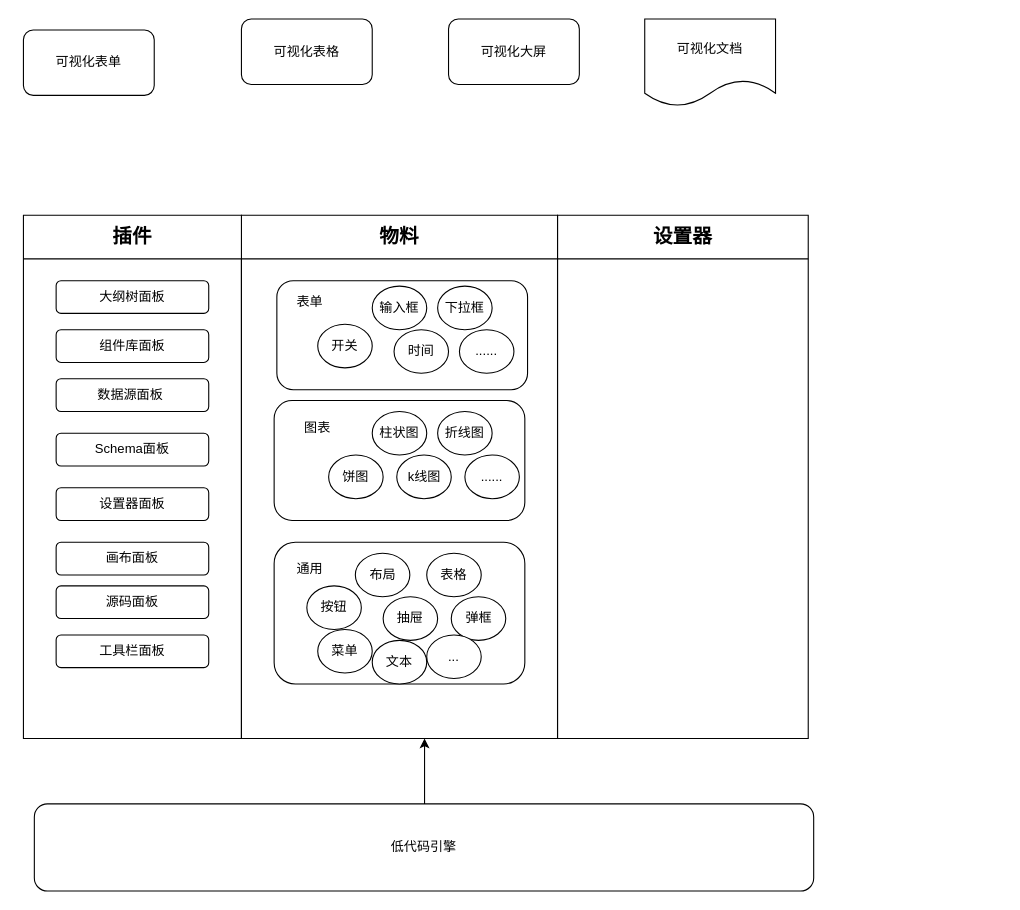
The draw.io diagram 可视化架构图.drawio in tangyaosimida/love, before the edit. Source tidied: cells renumbered, new cells numbered last; positions are measured from the earlier drawing's top-left corner, leaving out a move shared by most shapes. Both pictures are drawn from the tidied source at 109%, with x=0, y=0 at pixel (23, 19). Pictures stored in the file or linked from it are replaced by grey dashed boxes.
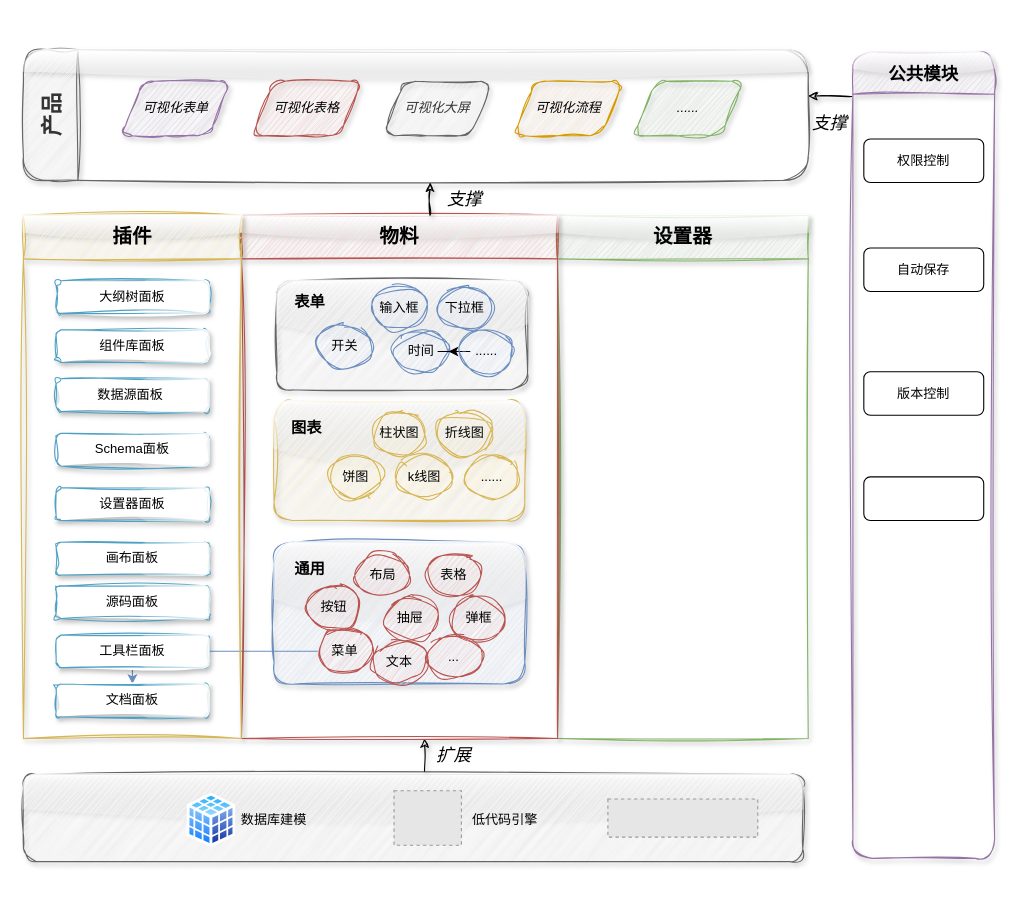
The same diagram, later.

Commit message (it also covers changes not shown here):
更新可视化架构图.drawio

The edit, as a diff of the source:
```diff
@@
-    <mxCell id="2" value="低代码引擎" style="rounded=1;whiteSpace=wrap;html=1;" parent="1" vertex="1">
-      <mxGeometry x="10" y="720" width="715" height="80" as="geometry" />
+    <mxCell id="2" style="rounded=1;whiteSpace=wrap;html=1;sketch=1;curveFitting=1;jiggle=2;shadow=1;glass=1;fillColor=#f5f5f5;fontColor=#333333;strokeColor=#666666;" parent="1" vertex="1">
+      <mxGeometry y="693" width="715" height="80" as="geometry" />
     </mxCell>
-    <mxCell id="3" value="可视化表单" style="rounded=1;whiteSpace=wrap;html=1;" parent="1" vertex="1">
-      <mxGeometry y="10" width="120" height="60" as="geometry" />
-    </mxCell>
-    <mxCell id="4" value="可视化表格" style="rounded=1;whiteSpace=wrap;html=1;" parent="1" vertex="1">
-      <mxGeometry x="200" width="120" height="60" as="geometry" />
-    </mxCell>
-    <mxCell id="5" value="可视化大屏" style="rounded=1;whiteSpace=wrap;html=1;" parent="1" vertex="1">
-      <mxGeometry x="390" width="120" height="60" as="geometry" />
-    </mxCell>
-    <mxCell id="6" value="可视化文档" style="shape=document;whiteSpace=wrap;html=1;boundedLbl=1;" parent="1" vertex="1">
-      <mxGeometry x="570" width="120" height="80" as="geometry" />
-    </mxCell>
-    <mxCell id="7" style="rounded=1;whiteSpace=wrap;html=1;" parent="1" vertex="1">
+    <mxCell id="7" style="rounded=1;whiteSpace=wrap;html=1;shadow=1;sketch=1;curveFitting=1;jiggle=2;glass=1;fillColor=#f5f5f5;strokeColor=#666666;fontColor=#333333;" parent="1" vertex="1">
       <mxGeometry x="232.5" y="240" width="230" height="100" as="geometry" />
     </mxCell>
-    <mxCell id="8" style="rounded=1;whiteSpace=wrap;html=1;" parent="1" vertex="1">
+    <mxCell id="8" style="rounded=1;whiteSpace=wrap;html=1;shadow=1;sketch=1;curveFitting=1;jiggle=2;glass=1;fillColor=#fff2cc;strokeColor=#d6b656;" parent="1" vertex="1">
       <mxGeometry x="230" y="350" width="230" height="110" as="geometry" />
     </mxCell>
-    <mxCell id="9" style="rounded=1;whiteSpace=wrap;html=1;" parent="1" vertex="1">
+    <mxCell id="9" style="rounded=1;whiteSpace=wrap;html=1;shadow=1;sketch=1;curveFitting=1;jiggle=2;glass=1;fillColor=#dae8fc;strokeColor=#6c8ebf;" parent="1" vertex="1">
       <mxGeometry x="230" y="480" width="230" height="130" as="geometry" />
     </mxCell>
-    <mxCell id="10" value="表单" style="text;html=1;strokeColor=none;fillColor=none;align=center;verticalAlign=middle;whiteSpace=wrap;rounded=0;" parent="1" vertex="1">
+    <mxCell id="10" value="表单" style="text;html=1;strokeColor=none;fillColor=none;align=center;verticalAlign=middle;whiteSpace=wrap;rounded=0;shadow=1;sketch=1;curveFitting=1;jiggle=2;fontStyle=1;fontSize=14;" parent="1" vertex="1">
       <mxGeometry x="232.5" y="245" width="60" height="30" as="geometry" />
     </mxCell>
-    <mxCell id="11" value="图表" style="text;html=1;strokeColor=none;fillColor=none;align=center;verticalAlign=middle;whiteSpace=wrap;rounded=0;" parent="1" vertex="1">
-      <mxGeometry x="240" y="360" width="60" height="30" as="geometry" />
-    </mxCell>
-    <mxCell id="12" value="柱状图" style="ellipse;whiteSpace=wrap;html=1;" parent="1" vertex="1">
+    <mxCell id="12" value="柱状图" style="ellipse;whiteSpace=wrap;html=1;shadow=0;sketch=1;curveFitting=1;jiggle=2;fillColor=#fff2cc;strokeColor=#d6b656;" parent="1" vertex="1">
       <mxGeometry x="320" y="360" width="50" height="40" as="geometry" />
     </mxCell>
-    <mxCell id="13" value="折线图" style="ellipse;whiteSpace=wrap;html=1;" parent="1" vertex="1">
+    <mxCell id="13" value="折线图" style="ellipse;whiteSpace=wrap;html=1;shadow=0;sketch=1;curveFitting=1;jiggle=2;fillColor=#fff2cc;strokeColor=#d6b656;" parent="1" vertex="1">
       <mxGeometry x="380" y="360" width="50" height="40" as="geometry" />
     </mxCell>
-    <mxCell id="14" value="饼图" style="ellipse;whiteSpace=wrap;html=1;direction=west;" parent="1" vertex="1">
+    <mxCell id="14" value="饼图" style="ellipse;whiteSpace=wrap;html=1;direction=west;shadow=0;sketch=1;curveFitting=1;jiggle=2;fillColor=#fff2cc;strokeColor=#d6b656;" parent="1" vertex="1">
       <mxGeometry x="280" y="400" width="50" height="40" as="geometry" />
     </mxCell>
-    <mxCell id="15" value="k线图" style="ellipse;whiteSpace=wrap;html=1;" parent="1" vertex="1">
+    <mxCell id="15" value="k线图" style="ellipse;whiteSpace=wrap;html=1;shadow=0;sketch=1;curveFitting=1;jiggle=2;fillColor=#fff2cc;strokeColor=#d6b656;" parent="1" vertex="1">
       <mxGeometry x="342.5" y="400" width="50" height="40" as="geometry" />
     </mxCell>
-    <mxCell id="16" value="......" style="ellipse;whiteSpace=wrap;html=1;" parent="1" vertex="1">
+    <mxCell id="16" value="......" style="ellipse;whiteSpace=wrap;html=1;shadow=0;sketch=1;curveFitting=1;jiggle=2;fillColor=#fff2cc;strokeColor=#d6b656;" parent="1" vertex="1">
       <mxGeometry x="405" y="400" width="50" height="40" as="geometry" />
     </mxCell>
-    <mxCell id="17" value="输入框" style="ellipse;whiteSpace=wrap;html=1;" parent="1" vertex="1">
+    <mxCell id="17" value="输入框" style="ellipse;whiteSpace=wrap;html=1;shadow=0;sketch=1;curveFitting=1;jiggle=2;fillColor=#dae8fc;strokeColor=#6c8ebf;" parent="1" vertex="1">
       <mxGeometry x="320" y="245" width="50" height="40" as="geometry" />
     </mxCell>
-    <mxCell id="18" value="下拉框" style="ellipse;whiteSpace=wrap;html=1;" parent="1" vertex="1">
+    <mxCell id="18" value="下拉框" style="ellipse;whiteSpace=wrap;html=1;shadow=0;sketch=1;curveFitting=1;jiggle=2;fillColor=#dae8fc;strokeColor=#6c8ebf;" parent="1" vertex="1">
       <mxGeometry x="380" y="245" width="50" height="40" as="geometry" />
     </mxCell>
-    <mxCell id="19" value="开关" style="ellipse;whiteSpace=wrap;html=1;" parent="1" vertex="1">
+    <mxCell id="19" value="开关" style="ellipse;whiteSpace=wrap;html=1;shadow=0;sketch=1;curveFitting=1;jiggle=2;fillColor=#dae8fc;strokeColor=#6c8ebf;" parent="1" vertex="1">
       <mxGeometry x="270" y="280" width="50" height="40" as="geometry" />
     </mxCell>
-    <mxCell id="20" value="时间" style="ellipse;whiteSpace=wrap;html=1;" parent="1" vertex="1">
+    <mxCell id="20" value="时间" style="ellipse;whiteSpace=wrap;html=1;shadow=0;sketch=1;curveFitting=1;jiggle=2;fillColor=#dae8fc;strokeColor=#6c8ebf;" parent="1" vertex="1">
       <mxGeometry x="340" y="285" width="50" height="40" as="geometry" />
     </mxCell>
+    <mxCell id="43" style="edgeStyle=orthogonalEdgeStyle;rounded=0;jettySize=auto;html=1;" parent="1" edge="1" source="21" target="20">
+      <mxGeometry relative="1" as="geometry" />
+    </mxCell>
-    <mxCell id="21" value="......" style="ellipse;whiteSpace=wrap;html=1;" parent="1" vertex="1">
+    <mxCell id="21" value="......" style="ellipse;whiteSpace=wrap;html=1;shadow=0;sketch=1;curveFitting=1;jiggle=2;fillColor=#dae8fc;strokeColor=#6c8ebf;" parent="1" vertex="1">
       <mxGeometry x="400" y="285" width="50" height="40" as="geometry" />
     </mxCell>
-    <mxCell id="22" value="表格" style="ellipse;whiteSpace=wrap;html=1;" parent="1" vertex="1">
+    <mxCell id="22" value="表格" style="ellipse;whiteSpace=wrap;html=1;shadow=0;sketch=1;curveFitting=1;jiggle=2;fillColor=#f8cecc;strokeColor=#b85450;" parent="1" vertex="1">
       <mxGeometry x="370" y="490" width="50" height="40" as="geometry" />
     </mxCell>
-    <mxCell id="23" value="按钮" style="ellipse;whiteSpace=wrap;html=1;" parent="1" vertex="1">
+    <mxCell id="23" value="按钮" style="ellipse;whiteSpace=wrap;html=1;shadow=0;sketch=1;curveFitting=1;jiggle=2;fillColor=#f8cecc;strokeColor=#b85450;" parent="1" vertex="1">
       <mxGeometry x="260" y="520" width="50" height="40" as="geometry" />
     </mxCell>
-    <mxCell id="24" value="抽屉" style="ellipse;whiteSpace=wrap;html=1;" parent="1" vertex="1">
+    <mxCell id="24" value="抽屉" style="ellipse;whiteSpace=wrap;html=1;shadow=0;sketch=1;curveFitting=1;jiggle=2;fillColor=#f8cecc;strokeColor=#b85450;" parent="1" vertex="1">
       <mxGeometry x="330" y="530" width="50" height="40" as="geometry" />
     </mxCell>
-    <mxCell id="25" value="弹框" style="ellipse;whiteSpace=wrap;html=1;" parent="1" vertex="1">
+    <mxCell id="25" value="弹框" style="ellipse;whiteSpace=wrap;html=1;shadow=0;sketch=1;curveFitting=1;jiggle=2;fillColor=#f8cecc;strokeColor=#b85450;" parent="1" vertex="1">
       <mxGeometry x="392.5" y="530" width="50" height="40" as="geometry" />
     </mxCell>
+    <mxCell id="44" style="edgeStyle=orthogonalEdgeStyle;rounded=0;jettySize=auto;html=1;fillColor=#dae8fc;strokeColor=#6c8ebf;" parent="1" edge="1" source="26" target="45">
+      <mxGeometry relative="1" as="geometry" />
+    </mxCell>
-    <mxCell id="26" value="菜单" style="ellipse;whiteSpace=wrap;html=1;" parent="1" vertex="1">
+    <mxCell id="26" value="菜单" style="ellipse;whiteSpace=wrap;html=1;shadow=0;sketch=1;curveFitting=1;jiggle=2;fillColor=#f8cecc;strokeColor=#b85450;" parent="1" vertex="1">
       <mxGeometry x="270" y="560" width="50" height="40" as="geometry" />
     </mxCell>
-    <mxCell id="27" value="文本" style="ellipse;whiteSpace=wrap;html=1;" parent="1" vertex="1">
+    <mxCell id="27" value="文本" style="ellipse;whiteSpace=wrap;html=1;shadow=0;sketch=1;curveFitting=1;jiggle=2;fillColor=#f8cecc;strokeColor=#b85450;" parent="1" vertex="1">
       <mxGeometry x="320" y="570" width="50" height="40" as="geometry" />
     </mxCell>
-    <mxCell id="28" value="通用" style="text;html=1;strokeColor=none;fillColor=none;align=center;verticalAlign=middle;whiteSpace=wrap;rounded=0;" parent="1" vertex="1">
+    <mxCell id="28" value="通用" style="text;html=1;strokeColor=none;fillColor=none;align=center;verticalAlign=middle;whiteSpace=wrap;rounded=0;shadow=1;sketch=1;curveFitting=1;jiggle=2;fontStyle=1;fontSize=14;" parent="1" vertex="1">
       <mxGeometry x="232.5" y="490" width="60" height="30" as="geometry" />
     </mxCell>
-    <mxCell id="29" value="布局" style="ellipse;whiteSpace=wrap;html=1;" parent="1" vertex="1">
+    <mxCell id="29" value="布局" style="ellipse;whiteSpace=wrap;html=1;shadow=0;sketch=1;curveFitting=1;jiggle=2;fillColor=#f8cecc;strokeColor=#b85450;" parent="1" vertex="1">
       <mxGeometry x="304.5" y="490" width="50" height="40" as="geometry" />
     </mxCell>
-    <mxCell id="30" value="大纲树面板" style="rounded=1;whiteSpace=wrap;html=1;direction=south;" parent="1" vertex="1">
+    <mxCell id="30" value="大纲树面板" style="rounded=1;whiteSpace=wrap;html=1;direction=south;sketch=1;curveFitting=1;jiggle=2;shadow=1;glass=1;strokeColor=#4fa1c4;" parent="1" vertex="1">
       <mxGeometry x="30" y="240" width="140" height="30" as="geometry" />
     </mxCell>
-    <mxCell id="31" value="组件库面板" style="rounded=1;whiteSpace=wrap;html=1;direction=south;" parent="1" vertex="1">
+    <mxCell id="31" value="组件库面板" style="rounded=1;whiteSpace=wrap;html=1;direction=south;sketch=1;curveFitting=1;jiggle=2;shadow=1;glass=1;strokeColor=#4fa1c4;" parent="1" vertex="1">
       <mxGeometry x="30" y="285" width="140" height="30" as="geometry" />
     </mxCell>
-    <mxCell id="32" value="数据源面板&amp;nbsp;" style="rounded=1;whiteSpace=wrap;html=1;direction=south;" parent="1" vertex="1">
+    <mxCell id="32" value="数据源面板&amp;nbsp;" style="rounded=1;whiteSpace=wrap;html=1;direction=south;sketch=1;curveFitting=1;jiggle=2;shadow=1;glass=1;strokeColor=#4fa1c4;" parent="1" vertex="1">
       <mxGeometry x="30" y="330" width="140" height="30" as="geometry" />
     </mxCell>
-    <mxCell id="33" value="Schema面板" style="rounded=1;whiteSpace=wrap;html=1;direction=south;" parent="1" vertex="1">
+    <mxCell id="33" value="Schema面板" style="rounded=1;whiteSpace=wrap;html=1;direction=south;sketch=1;curveFitting=1;jiggle=2;shadow=1;glass=1;strokeColor=#4fa1c4;" parent="1" vertex="1">
       <mxGeometry x="30" y="380" width="140" height="30" as="geometry" />
     </mxCell>
-    <mxCell id="34" value="设置器面板" style="rounded=1;whiteSpace=wrap;html=1;direction=south;" parent="1" vertex="1">
+    <mxCell id="34" value="设置器面板" style="rounded=1;whiteSpace=wrap;html=1;direction=south;sketch=1;curveFitting=1;jiggle=2;shadow=1;glass=1;strokeColor=#4fa1c4;" parent="1" vertex="1">
       <mxGeometry x="30" y="430" width="140" height="30" as="geometry" />
     </mxCell>
-    <mxCell id="35" value="画布面板" style="rounded=1;whiteSpace=wrap;html=1;direction=south;" parent="1" vertex="1">
+    <mxCell id="35" value="画布面板" style="rounded=1;whiteSpace=wrap;html=1;direction=south;sketch=1;curveFitting=1;jiggle=2;shadow=1;glass=1;strokeColor=#4fa1c4;" parent="1" vertex="1">
       <mxGeometry x="30" y="480" width="140" height="30" as="geometry" />
     </mxCell>
-    <mxCell id="36" value="工具栏面板" style="rounded=1;whiteSpace=wrap;html=1;direction=south;" parent="1" vertex="1">
+    <mxCell id="36" value="工具栏面板" style="rounded=1;whiteSpace=wrap;html=1;direction=south;sketch=1;curveFitting=1;jiggle=2;shadow=1;glass=1;strokeColor=#4fa1c4;" parent="1" vertex="1">
       <mxGeometry x="30" y="565" width="140" height="30" as="geometry" />
     </mxCell>
-    <mxCell id="37" value="源码面板" style="rounded=1;whiteSpace=wrap;html=1;direction=south;" parent="1" vertex="1">
+    <mxCell id="37" value="源码面板" style="rounded=1;whiteSpace=wrap;html=1;direction=south;sketch=1;curveFitting=1;jiggle=2;shadow=1;glass=1;strokeColor=#4fa1c4;" parent="1" vertex="1">
       <mxGeometry x="30" y="520" width="140" height="30" as="geometry" />
     </mxCell>
-    <mxCell id="38" value="..." style="ellipse;whiteSpace=wrap;html=1;" parent="1" vertex="1">
+    <mxCell id="38" value="..." style="ellipse;whiteSpace=wrap;html=1;shadow=0;sketch=1;curveFitting=1;jiggle=2;fillColor=#f8cecc;strokeColor=#b85450;" parent="1" vertex="1">
       <mxGeometry x="370" y="565" width="50" height="40" as="geometry" />
     </mxCell>
-    <mxCell id="39" style="endArrow=classic;html=1;rounded=0;" parent="1" edge="1">
+    <mxCell id="39" style="endArrow=classic;html=1;rounded=0;sketch=1;curveFitting=1;jiggle=2;shadow=1;" parent="1" edge="1">
       <mxGeometry relative="1" as="geometry">
-        <mxPoint x="368" y="720" as="sourcePoint" />
+        <mxPoint x="368" y="690" as="sourcePoint" />
         <mxPoint x="368" y="660" as="targetPoint" />
       </mxGeometry>
     </mxCell>
-    <mxCell id="40" value="设置器" style="swimlane;whiteSpace=wrap;html=1;startSize=40;fontSize=18;" parent="1" vertex="1">
+    <mxCell id="40" value="设置器" style="swimlane;whiteSpace=wrap;html=1;startSize=40;fontSize=18;rounded=0;sketch=1;curveFitting=1;jiggle=2;shadow=1;glass=1;fillColor=#d5e8d4;strokeColor=#82b366;" parent="1" vertex="1">
       <mxGeometry x="490" y="180" width="230" height="480" as="geometry" />
     </mxCell>
-    <mxCell id="41" value="物料" style="swimlane;whiteSpace=wrap;html=1;startSize=40;fontSize=18;" parent="1" vertex="1">
+    <mxCell id="41" value="物料" style="swimlane;whiteSpace=wrap;html=1;startSize=40;fontSize=18;sketch=1;curveFitting=1;jiggle=2;shadow=1;glass=1;fillColor=#f8cecc;strokeColor=#b85450;" parent="1" vertex="1">
       <mxGeometry x="200" y="180" width="290" height="480" as="geometry" />
     </mxCell>
+    <mxCell id="11" value="图表" style="text;html=1;strokeColor=none;fillColor=none;align=center;verticalAlign=middle;whiteSpace=wrap;rounded=0;shadow=1;sketch=1;curveFitting=1;jiggle=2;fontStyle=1;fontSize=14;" parent="41" vertex="1">
+      <mxGeometry x="30" y="180" width="60" height="30" as="geometry" />
+    </mxCell>
-    <mxCell id="42" value="插件" style="swimlane;whiteSpace=wrap;html=1;startSize=40;fontSize=18;" parent="1" vertex="1">
+    <mxCell id="42" value="插件" style="swimlane;whiteSpace=wrap;html=1;startSize=40;fontSize=18;sketch=1;curveFitting=1;jiggle=2;shadow=1;glass=1;swimlaneLine=1;fillColor=#fff2cc;strokeColor=#d6b656;" parent="1" vertex="1">
       <mxGeometry y="180" width="200" height="480" as="geometry" />
     </mxCell>
+    <mxCell id="45" value="文档面板" style="rounded=1;whiteSpace=wrap;html=1;direction=south;sketch=1;curveFitting=1;jiggle=2;shadow=1;glass=1;strokeColor=#4fa1c4;" parent="42" vertex="1">
+      <mxGeometry x="30" y="430" width="140" height="30" as="geometry" />
+    </mxCell>
+    <mxCell id="46" style="image;perimeter=ellipsePerimeter;html=1;align=center;shadow=0;dashed=0;spacingTop=3;image=img/lib/active_directory/database_cube.svg;" parent="1" vertex="1">
+      <mxGeometry x="150" y="710" width="45" height="50" as="geometry" />
+    </mxCell>
+    <mxCell id="47" style="fillColor=#E6E6E6;strokeColor=#999999;dashed=1;html=1;verticalAlign=top;labelPosition=center;verticalLabelPosition=bottom;align=center;spacingTop=-6;fontSize=11;fontStyle=1;fontColor=#999999;" parent="1" vertex="1">
+      <mxGeometry x="340" y="708" width="61.8" height="50" as="geometry" />
+    </mxCell>
+    <mxCell id="48" style="fillColor=#E6E6E6;strokeColor=#999999;dashed=1;verticalLabelPosition=bottom;labelBackgroundColor=default;verticalAlign=top;" parent="1" vertex="1">
+      <mxGeometry x="536.2" y="715.5" width="137.5" height="35" as="geometry" />
+    </mxCell>
+    <mxCell id="49" value="低代码引擎" style="text;html=1;strokeColor=none;fillColor=none;align=center;verticalAlign=middle;whiteSpace=wrap;rounded=0;" parent="1" vertex="1">
+      <mxGeometry x="401.8" y="713.5" width="80" height="43" as="geometry" />
+    </mxCell>
+    <mxCell id="50" value="数据库建模" style="text;html=1;strokeColor=none;fillColor=none;align=center;verticalAlign=middle;whiteSpace=wrap;rounded=0;" parent="1" vertex="1">
+      <mxGeometry x="195" y="719.4" width="70" height="31.2" as="geometry" />
+    </mxCell>
+    <mxCell id="51" value="产品" style="swimlane;horizontal=0;whiteSpace=wrap;html=1;startSize=50;fontSize=20;fillColor=#f5f5f5;fontColor=#333333;strokeColor=#666666;rounded=1;sketch=1;curveFitting=1;jiggle=2;shadow=1;glass=1;" parent="1" vertex="1">
+      <mxGeometry y="28" width="720" height="120" as="geometry" />
+    </mxCell>
+    <mxCell id="3" value="可视化表单" style="shape=parallelogram;perimeter=parallelogramPerimeter;whiteSpace=wrap;html=1;dashed=0;rounded=1;shadow=1;sketch=1;curveFitting=1;jiggle=2;fillColor=#e1d5e7;strokeColor=#9673a6;fontStyle=2;" parent="51" vertex="1">
+      <mxGeometry x="90" y="29" width="100" height="50" as="geometry" />
+    </mxCell>
+    <mxCell id="4" value="可视化表格" style="shape=parallelogram;perimeter=parallelogramPerimeter;whiteSpace=wrap;html=1;dashed=0;rounded=1;shadow=1;sketch=1;curveFitting=1;jiggle=2;fillColor=#f8cecc;strokeColor=#b85450;fontStyle=2;" parent="51" vertex="1">
+      <mxGeometry x="210" y="29" width="100" height="50" as="geometry" />
+    </mxCell>
+    <mxCell id="5" value="可视化大屏" style="shape=parallelogram;perimeter=parallelogramPerimeter;whiteSpace=wrap;html=1;dashed=0;sketch=1;curveFitting=1;jiggle=2;shadow=1;rounded=1;fillColor=#f5f5f5;strokeColor=#666666;fontColor=#333333;fontStyle=2;" parent="51" vertex="1">
+      <mxGeometry x="330" y="29" width="100" height="50" as="geometry" />
+    </mxCell>
+    <mxCell id="52" value="可视化流程" style="shape=parallelogram;perimeter=parallelogramPerimeter;whiteSpace=wrap;html=1;dashed=0;shadow=1;sketch=1;curveFitting=1;jiggle=2;rounded=1;fillColor=#ffe6cc;strokeColor=#d79b00;fontStyle=2;" parent="51" vertex="1">
+      <mxGeometry x="450" y="29" width="100" height="50" as="geometry" />
+    </mxCell>
+    <mxCell id="53" value="......" style="shape=parallelogram;perimeter=parallelogramPerimeter;whiteSpace=wrap;html=1;dashed=0;shadow=1;rounded=1;fillColor=#d5e8d4;strokeColor=#82b366;fontStyle=2;sketch=1;curveFitting=1;jiggle=2;" parent="51" vertex="1">
+      <mxGeometry x="560" y="29" width="100" height="50" as="geometry" />
+    </mxCell>
+    <mxCell id="54" value="支撑" style="text;html=1;strokeColor=none;fillColor=none;align=center;verticalAlign=middle;whiteSpace=wrap;rounded=0;fontSize=16;fontStyle=2;shadow=0;" parent="1" vertex="1">
+      <mxGeometry x="710" y="80" width="60" height="30" as="geometry" />
+    </mxCell>
+    <mxCell id="55" style="endArrow=classic;html=1;rounded=0;sketch=1;curveFitting=1;jiggle=2;shadow=1;" parent="1" edge="1">
+      <mxGeometry relative="1" as="geometry">
+        <mxPoint x="373" y="180" as="sourcePoint" />
+        <mxPoint x="373" y="150" as="targetPoint" />
+      </mxGeometry>
+    </mxCell>
+    <mxCell id="56" value="扩展" style="text;html=1;strokeColor=none;fillColor=none;align=center;verticalAlign=middle;whiteSpace=wrap;rounded=0;fontSize=16;fontStyle=2;shadow=0;" parent="1" vertex="1">
+      <mxGeometry x="365" y="660" width="60" height="30" as="geometry" />
+    </mxCell>
+    <mxCell id="57" value="公共模块" style="swimlane;whiteSpace=wrap;html=1;startSize=39;fillColor=#e1d5e7;strokeColor=#9673a6;glass=1;sketch=1;curveFitting=1;jiggle=2;shadow=1;rounded=1;arcSize=15;fontSize=16;fontStyle=1;" parent="1" vertex="1">
+      <mxGeometry x="761" y="30" width="130" height="740" as="geometry" />
+    </mxCell>
+    <mxCell id="58" value="权限控制" style="rounded=1;whiteSpace=wrap;html=1;" parent="57" vertex="1">
+      <mxGeometry x="10" y="80" width="110" height="40" as="geometry" />
+    </mxCell>
+    <mxCell id="59" value="自动保存" style="rounded=1;whiteSpace=wrap;html=1;" parent="57" vertex="1">
+      <mxGeometry x="10" y="180" width="110" height="40" as="geometry" />
+    </mxCell>
+    <mxCell id="60" style="rounded=1;whiteSpace=wrap;html=1;" parent="57" vertex="1">
+      <mxGeometry x="10" y="390" width="110" height="40" as="geometry" />
+    </mxCell>
+    <mxCell id="61" value="版本控制" style="rounded=1;whiteSpace=wrap;html=1;" parent="57" vertex="1">
+      <mxGeometry x="10" y="293.5" width="110" height="40" as="geometry" />
+    </mxCell>
+    <mxCell id="62" style="endArrow=classic;html=1;rounded=0;sketch=1;curveFitting=1;jiggle=2;shadow=1;" parent="1" edge="1">
+      <mxGeometry relative="1" as="geometry">
+        <mxPoint x="760" y="71" as="sourcePoint" />
+        <mxPoint x="720" y="70.5" as="targetPoint" />
+      </mxGeometry>
+    </mxCell>
+    <mxCell id="63" value="支撑" style="text;html=1;strokeColor=none;fillColor=none;align=center;verticalAlign=middle;whiteSpace=wrap;rounded=0;fontSize=16;fontStyle=2;shadow=0;" parent="1" vertex="1">
+      <mxGeometry x="375" y="150" width="60" height="30" as="geometry" />
+    </mxCell>
```
